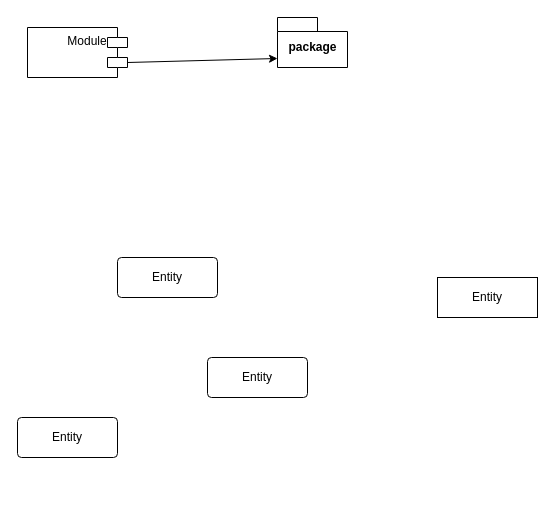
This is drawioDemos/demo.drawio from veponen/ITProjektienPerusteet, a draw.io file, before an edit. Source tidied: cells renumbered, new cells numbered last; positions are measured from the earlier drawing's top-left corner, leaving out a move shared by most shapes. Both pictures are drawn from the tidied source at 100%, with x=0, y=0 at pixel (17, 17).
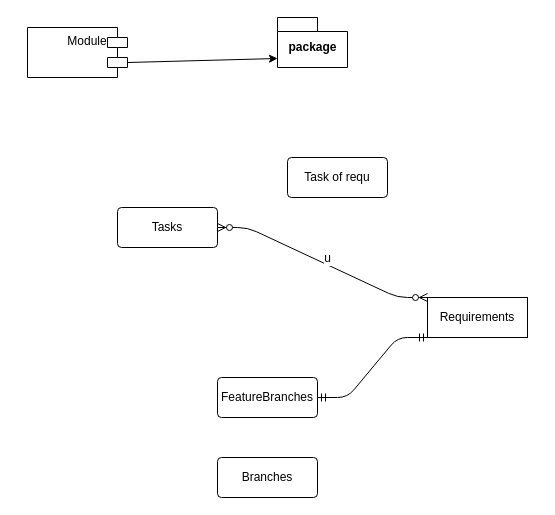
After the change.

Change to the diagram source:
```diff
@@
 <mxGraphModel>
   <root>
     <mxCell id="0" />
     <mxCell id="1" parent="0" />
     <mxCell id="2" style="edgeStyle=none;html=1;exitX=0;exitY=0;exitDx=0;exitDy=15;exitPerimeter=0;entryX=0;entryY=0;entryDx=0;entryDy=41;entryPerimeter=0;" parent="1" edge="1" source="3" target="4">
       <mxGeometry relative="1" as="geometry" />
     </mxCell>
     <mxCell id="3" value="Module" style="shape=module;align=left;spacingLeft=20;align=center;verticalAlign=top;direction=west;" parent="1" vertex="1">
       <mxGeometry x="10" y="10" width="100" height="50" as="geometry" />
     </mxCell>
     <mxCell id="4" value="package" style="shape=folder;fontStyle=1;spacingTop=10;tabWidth=40;tabHeight=14;tabPosition=left;html=1;" parent="1" vertex="1">
       <mxGeometry x="260" width="70" height="50" as="geometry" />
     </mxCell>
-    <mxCell id="5" value="Entity" style="whiteSpace=wrap;html=1;align=center;" parent="1" vertex="1">
-      <mxGeometry x="420" y="260" width="100" height="40" as="geometry" />
+    <mxCell id="5" value="Requirements" style="whiteSpace=wrap;html=1;align=center;" parent="1" vertex="1">
+      <mxGeometry x="410" y="280" width="100" height="40" as="geometry" />
     </mxCell>
-    <mxCell id="6" value="Entity" style="rounded=1;arcSize=10;whiteSpace=wrap;html=1;align=center;" parent="1" vertex="1">
-      <mxGeometry x="100" y="240" width="100" height="40" as="geometry" />
+    <mxCell id="6" value="Tasks" style="rounded=1;arcSize=10;whiteSpace=wrap;html=1;align=center;" parent="1" vertex="1">
+      <mxGeometry x="100" y="190" width="100" height="40" as="geometry" />
     </mxCell>
-    <mxCell id="7" value="Entity" style="rounded=1;arcSize=10;whiteSpace=wrap;html=1;align=center;" parent="1" vertex="1">
-      <mxGeometry x="190" y="340" width="100" height="40" as="geometry" />
+    <mxCell id="7" value="Branches" style="rounded=1;arcSize=10;whiteSpace=wrap;html=1;align=center;" parent="1" vertex="1">
+      <mxGeometry x="200" y="440" width="100" height="40" as="geometry" />
     </mxCell>
-    <mxCell id="8" value="Entity" style="rounded=1;arcSize=10;whiteSpace=wrap;html=1;align=center;" parent="1" vertex="1">
-      <mxGeometry y="400" width="100" height="40" as="geometry" />
+    <mxCell id="8" value="FeatureBranches" style="rounded=1;arcSize=10;whiteSpace=wrap;html=1;align=center;" parent="1" vertex="1">
+      <mxGeometry x="200" y="360" width="100" height="40" as="geometry" />
     </mxCell>
+    <mxCell id="9" style="edgeStyle=entityRelationEdgeStyle;fontSize=12;html=1;endArrow=ERmandOne;startArrow=ERmandOne;entryX=0;entryY=1;entryDx=0;entryDy=0;exitX=1;exitY=0.5;exitDx=0;exitDy=0;" parent="1" edge="1" source="8" target="5">
+      <mxGeometry relative="1" as="geometry" />
+    </mxCell>
+    <mxCell id="10" value="Task of requ" style="rounded=1;arcSize=10;whiteSpace=wrap;html=1;align=center;" parent="1" vertex="1">
+      <mxGeometry x="270" y="140" width="100" height="40" as="geometry" />
+    </mxCell>
+    <mxCell id="11" value="u" style="edgeStyle=entityRelationEdgeStyle;fontSize=12;html=1;endArrow=ERzeroToMany;endFill=1;startArrow=ERzeroToMany;exitX=1;exitY=0.5;exitDx=0;exitDy=0;entryX=0;entryY=0;entryDx=0;entryDy=0;" parent="1" edge="1" source="6" target="5">
+      <mxGeometry x="0.03" y="6" relative="1" as="geometry" />
+    </mxCell>
   </root>
 </mxGraphModel>
```
